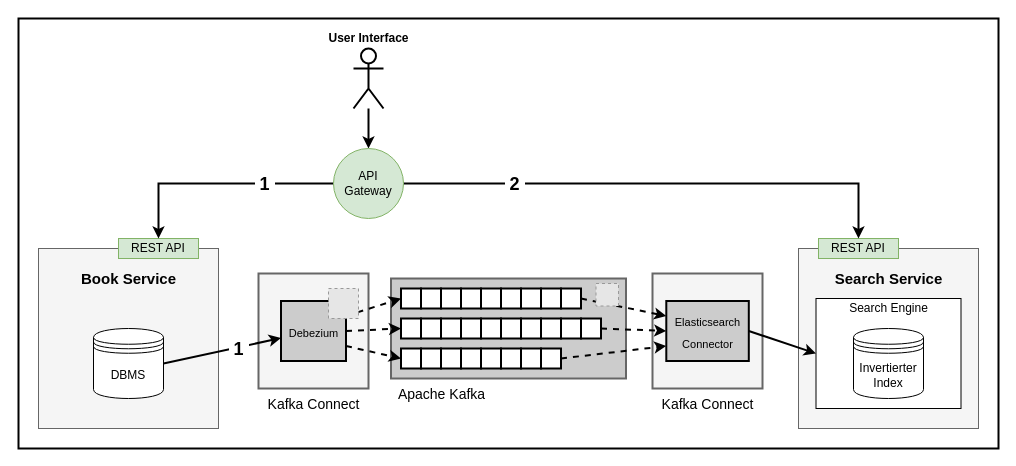
Above: page "CDC Aktualisierung" (3 of 3) of images/Datenpipelines.drawio in KotschM/LATEX_Bachelorarbeit (draw.io), before the change. Source tidied: cells renumbered, new cells numbered last; positions are measured from the earlier drawing's top-left corner, leaving out a move shared by most shapes. Both pictures are drawn from the tidied source at 100%, with x=0, y=0 at pixel (18, 18). Pictures stored in the file or linked from it are replaced by grey dashed boxes.
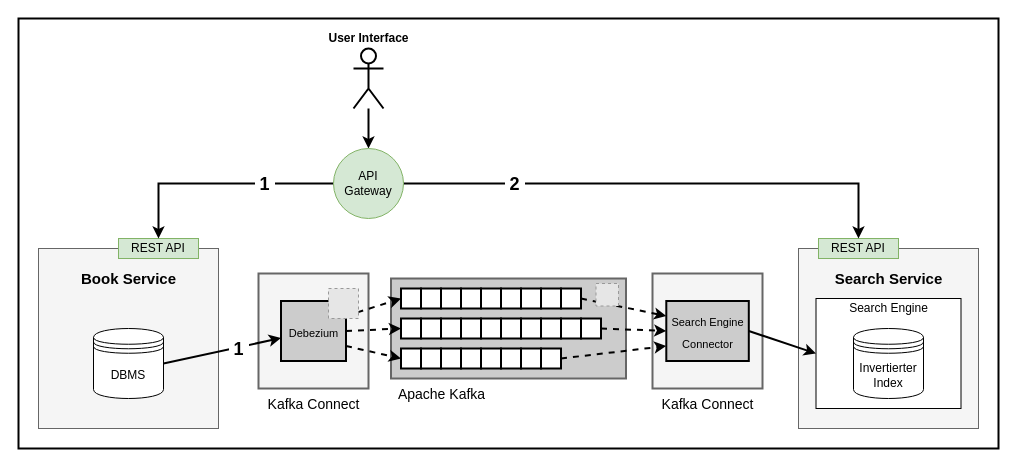
After the change.

What changed in the source:
```diff
@@
-    <mxCell id="65" value="&lt;span style=&quot;font-size: 11px&quot;&gt;Elasticsearch Connector&lt;/span&gt;" style="rounded=0;whiteSpace=wrap;html=1;strokeWidth=2;fillColor=#CCCCCC;gradientColor=none;fontSize=18;" parent="1" vertex="1">
+    <mxCell id="65" value="&lt;span style=&quot;font-size: 11px&quot;&gt;Search Engine Connector&lt;/span&gt;" style="rounded=0;whiteSpace=wrap;html=1;strokeWidth=2;fillColor=#CCCCCC;gradientColor=none;fontSize=18;" parent="1" vertex="1">
       <mxGeometry x="647.8" y="282.5" width="82.5" height="60" as="geometry" />
     </mxCell>
```
